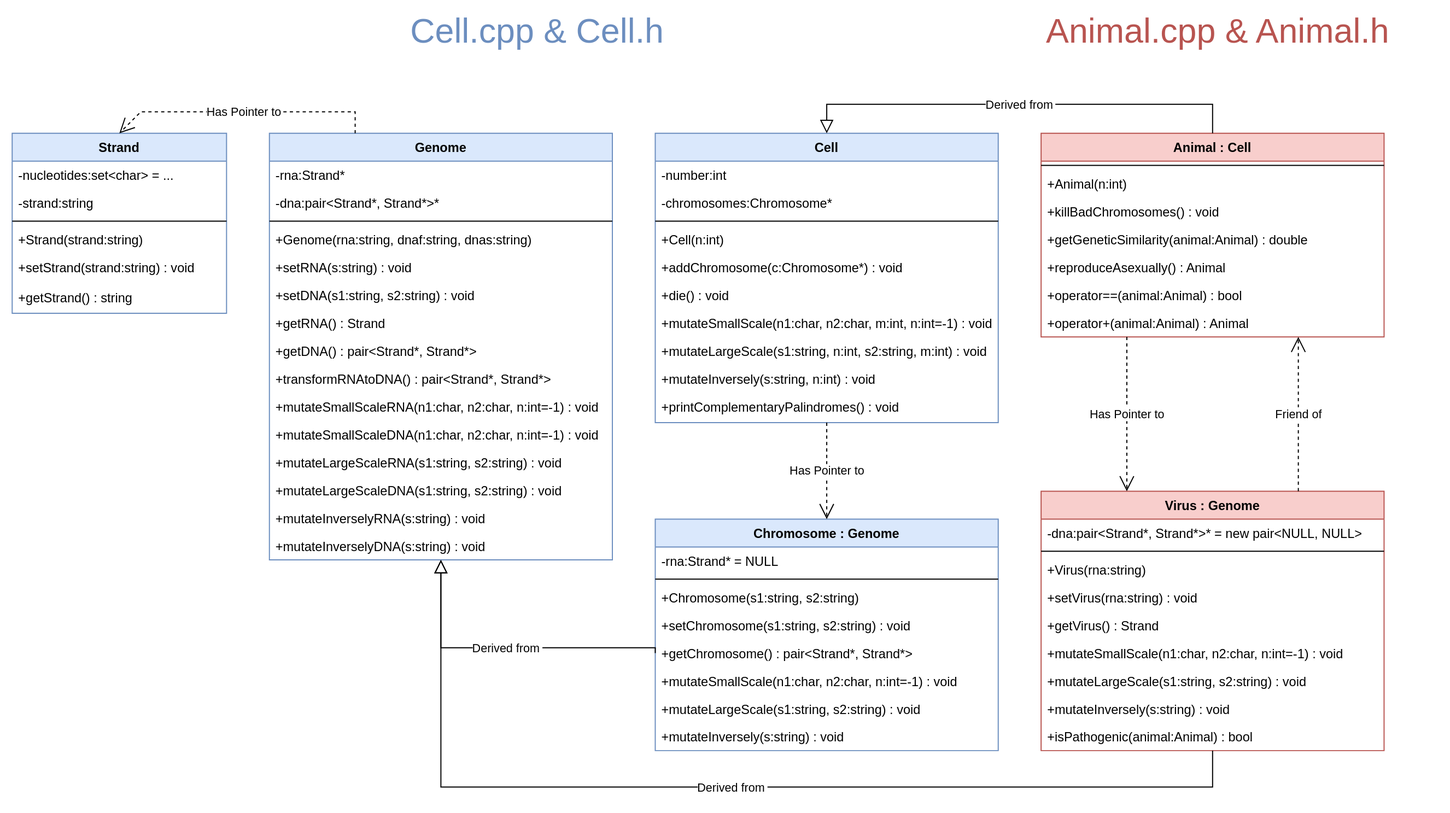
Before: schema/classes.svg, a diagram exported from draw.io (k-forghani/class-of-life). Source tidied: cells renumbered, new cells last; positions are measured from the earlier drawing's top-left corner, leaving out a move shared by most shapes.
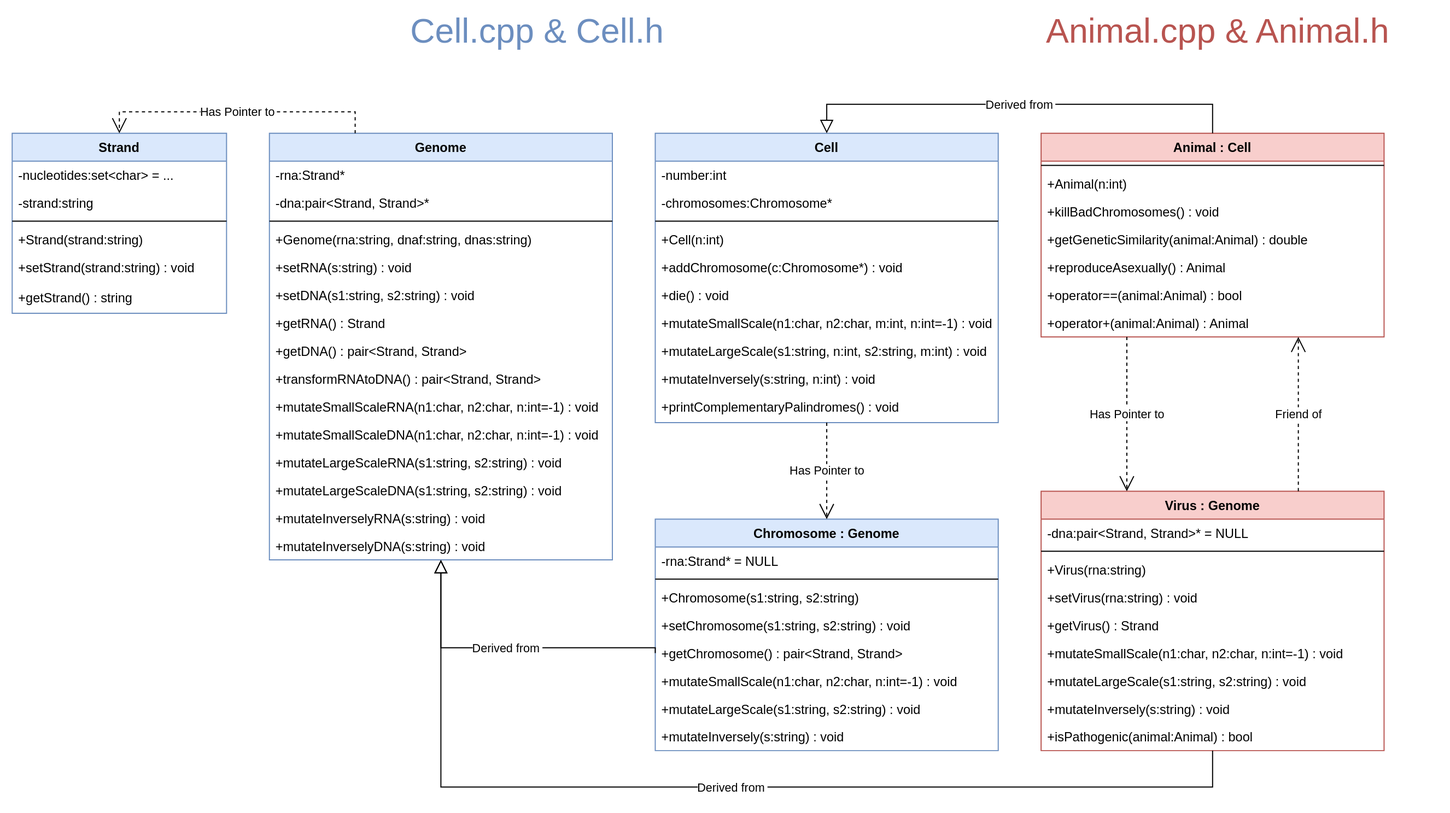
Later version of the same file.

Commit message:
Edited classes schema

Change to the diagram source:
```diff
@@ -8,7 +8,7 @@
     <mxCell id="3" value="-rna:Strand*" style="text;align=left;verticalAlign=top;spacingLeft=4;spacingRight=4;overflow=hidden;" parent="2" vertex="1">
       <mxGeometry y="26" width="320" height="26" as="geometry" />
     </mxCell>
-    <mxCell id="4" value="-dna:pair&lt;Strand*, Strand*&gt;*" style="text;align=left;verticalAlign=top;spacingLeft=4;spacingRight=4;overflow=hidden;rounded=0;shadow=0;html=0;" parent="2" vertex="1">
+    <mxCell id="4" value="-dna:pair&lt;Strand, Strand&gt;*" style="text;align=left;verticalAlign=top;spacingLeft=4;spacingRight=4;overflow=hidden;rounded=0;shadow=0;html=0;" parent="2" vertex="1">
       <mxGeometry y="52" width="320" height="26" as="geometry" />
     </mxCell>
     <mxCell id="5" style="line;html=1;strokeWidth=1;align=left;verticalAlign=middle;spacingTop=-1;spacingLeft=3;spacingRight=3;labelPosition=right;" parent="2" vertex="1">
@@ -26,10 +26,10 @@
     <mxCell id="9" value="+getRNA() : Strand" style="text;align=left;verticalAlign=top;spacingLeft=4;spacingRight=4;overflow=hidden;" parent="2" vertex="1">
       <mxGeometry y="164" width="320" height="26" as="geometry" />
     </mxCell>
-    <mxCell id="10" value="+getDNA() : pair&lt;Strand*, Strand*&gt;" style="text;align=left;verticalAlign=top;spacingLeft=4;spacingRight=4;overflow=hidden;" parent="2" vertex="1">
+    <mxCell id="10" value="+getDNA() : pair&lt;Strand, Strand&gt;" style="text;align=left;verticalAlign=top;spacingLeft=4;spacingRight=4;overflow=hidden;" parent="2" vertex="1">
       <mxGeometry y="190" width="320" height="26" as="geometry" />
     </mxCell>
-    <mxCell id="11" value="+transformRNAtoDNA() : pair&lt;Strand*, Strand*&gt;" style="text;align=left;verticalAlign=top;spacingLeft=4;spacingRight=4;overflow=hidden;" parent="2" vertex="1">
+    <mxCell id="11" value="+transformRNAtoDNA() : pair&lt;Strand, Strand&gt;" style="text;align=left;verticalAlign=top;spacingLeft=4;spacingRight=4;overflow=hidden;" parent="2" vertex="1">
       <mxGeometry y="216" width="320" height="26" as="geometry" />
     </mxCell>
     <mxCell id="12" value="+mutateSmallScaleRNA(n1:char, n2:char, n:int=-1) : void" style="text;align=left;verticalAlign=top;spacingLeft=4;spacingRight=4;overflow=hidden;" parent="2" vertex="1">
@@ -65,7 +65,7 @@
     <mxCell id="22" value="+setChromosome(s1:string, s2:string) : void" style="text;align=left;verticalAlign=top;spacingLeft=4;spacingRight=4;overflow=hidden;" parent="18" vertex="1">
       <mxGeometry y="86" width="320" height="26" as="geometry" />
     </mxCell>
-    <mxCell id="23" value="+getChromosome() : pair&lt;Strand*, Strand*&gt;" style="text;align=left;verticalAlign=top;spacingLeft=4;spacingRight=4;overflow=hidden;points=[[0,0.5],[1,0.5]];portConstraint=eastwest;" parent="18" vertex="1">
+    <mxCell id="23" value="+getChromosome() : pair&lt;Strand, Strand&gt;" style="text;align=left;verticalAlign=top;spacingLeft=4;spacingRight=4;overflow=hidden;points=[[0,0.5],[1,0.5]];portConstraint=eastwest;" parent="18" vertex="1">
       <mxGeometry y="112" width="320" height="26" as="geometry" />
     </mxCell>
     <mxCell id="24" value="+mutateSmallScale(n1:char, n2:char, n:int=-1) : void" style="text;align=left;verticalAlign=top;spacingLeft=4;spacingRight=4;overflow=hidden;" parent="18" vertex="1">
@@ -143,7 +143,7 @@
       <mxGeometry relative="1" as="geometry">
         <Array as="points">
           <mxPoint x="320" y="90" />
-          <mxPoint x="120" y="90" />
+          <mxPoint x="100" y="90" />
         </Array>
       </mxGeometry>
     </mxCell>
@@ -160,7 +160,7 @@
     <mxCell id="49" value="Virus : Genome" style="swimlane;fontStyle=1;align=center;verticalAlign=top;horizontal=1;startSize=26;rounded=0;shadow=0;strokeWidth=1;fillColor=#f8cecc;strokeColor=#b85450;swimlaneFillColor=default;" parent="1" vertex="1">
       <mxGeometry x="960" y="444" width="320" height="242" as="geometry" />
     </mxCell>
-    <mxCell id="50" value="-dna:pair&lt;Strand*, Strand*&gt;* = new pair&lt;NULL, NULL&gt;" style="text;align=left;verticalAlign=top;spacingLeft=4;spacingRight=4;overflow=hidden;" parent="49" vertex="1">
+    <mxCell id="50" value="-dna:pair&lt;Strand, Strand&gt;* = NULL" style="text;align=left;verticalAlign=top;spacingLeft=4;spacingRight=4;overflow=hidden;" parent="49" vertex="1">
       <mxGeometry y="26" width="320" height="26" as="geometry" />
     </mxCell>
     <mxCell id="51" style="line;html=1;strokeWidth=1;align=left;verticalAlign=middle;spacingTop=-1;spacingLeft=3;spacingRight=3;labelPosition=right;" parent="49" vertex="1">
```
